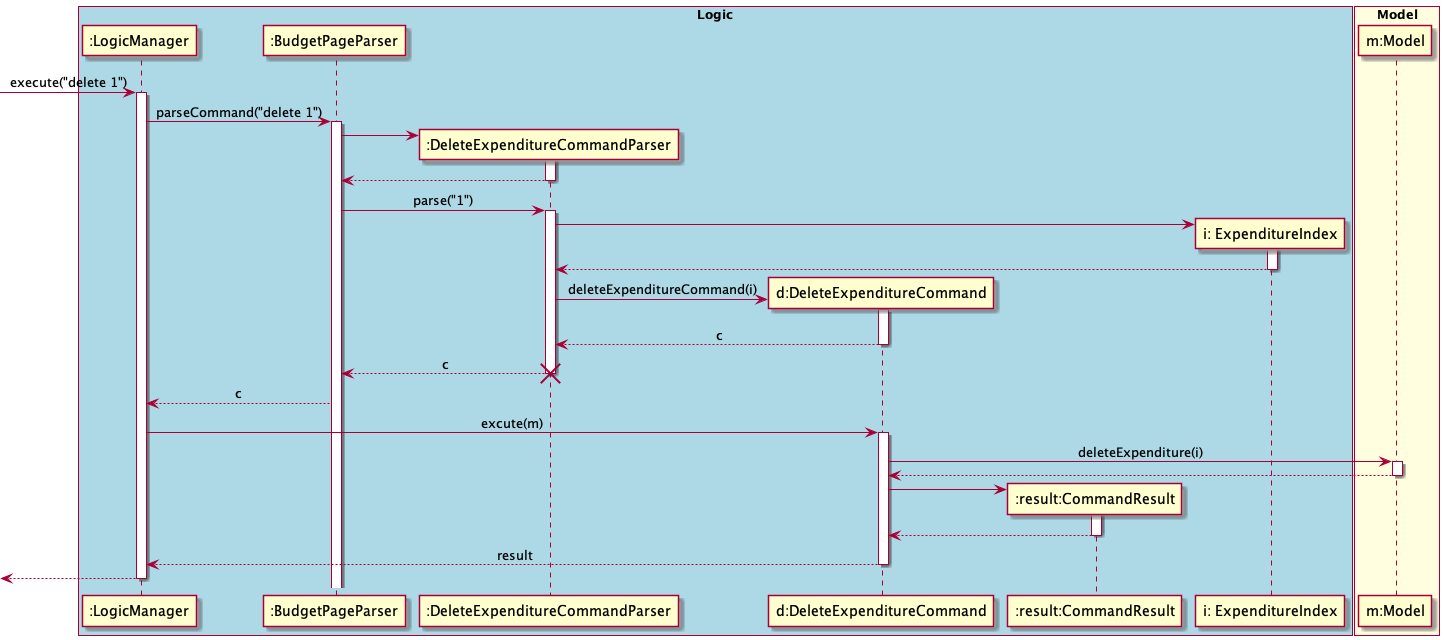
Earlier version of the PlantUML export docs/diagrams/commandsPlantUML/diagram/DeleteExpenditureCommand.png (yu-ming-chen/tp). Its diagram source:
```plantuml
@startuml
skinparam Sequence {
    MessageAlign center
}
box "Logic" #LightBlue
participant ":LogicManager" as LM
participant ":BudgetPageParser" as BPP
participant ":DeleteExpenditureCommandParser" as DECP
participant "d:DeleteExpenditureCommand" as DEC
participant ":result:CommandResult" as CR
participant "i: ExpenditureIndex" as EI
end box

box "Model" #LightYellow
participant "m:Model" as M
end box

[-> LM : execute("delete 1")
activate LM
LM -> BPP : parseCommand("delete 1")
activate BPP

create DECP
BPP -> DECP
activate DECP
BPP <-- DECP
deactivate DECP
BPP -> DECP : parse("1")
activate DECP

create EI
DECP -> EI
activate EI
DECP <-- EI
deactivate EI

create DEC
DECP -> DEC : deleteExpenditureCommand(i)
activate DEC
DECP <-- DEC : c
deactivate DEC
BPP <-- DECP : c
deactivate DECP
destroy DECP
LM <-- BPP : c

LM -> DEC: excute(m)
activate DEC
DEC -> M : deleteExpenditure(i)
activate M
DEC <-- M
deactivate M

create CR
DEC -> CR
activate CR
DEC <-- CR
deactivate CR

LM <-- DEC: result
deactivate DEC
[<-- LM
deactivate LM
@enduml
```
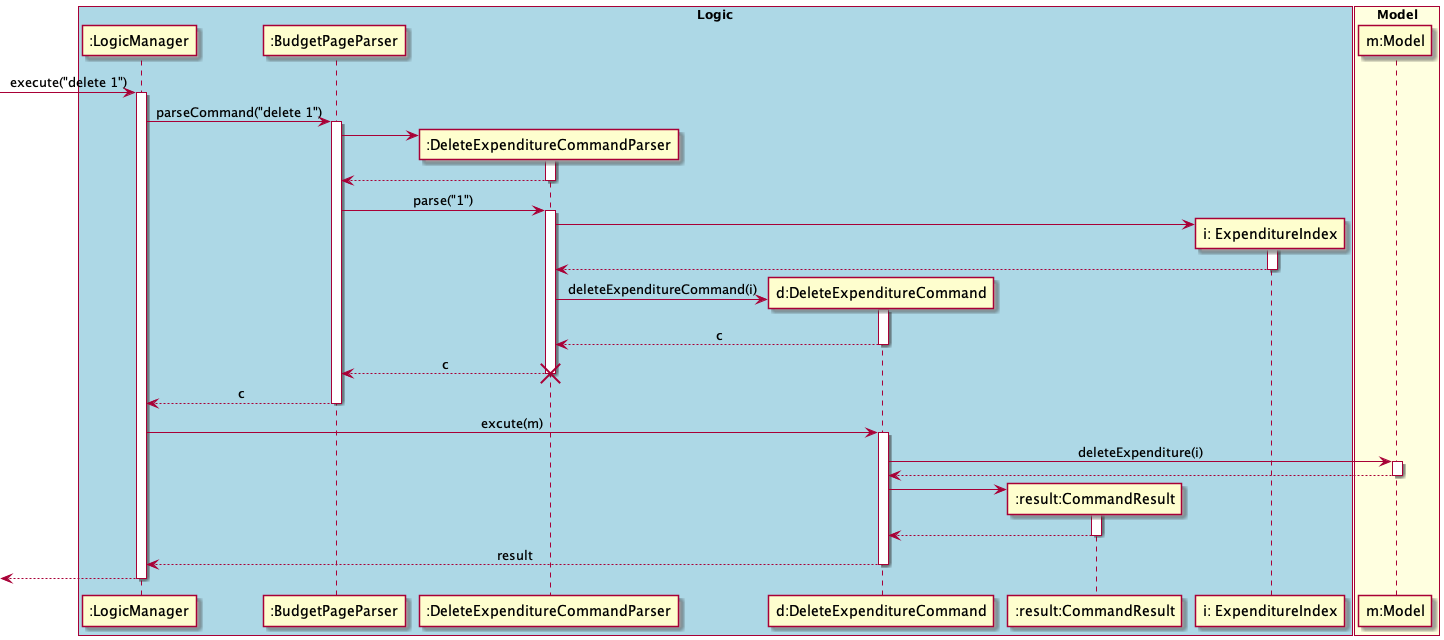
The same diagram one commit later.

What changed in the source:
```diff
@@ -43,6 +43,7 @@
 deactivate DECP
 destroy DECP
 LM <-- BPP : c
+deactivate BPP
 
 LM -> DEC: excute(m)
 activate DEC
```
